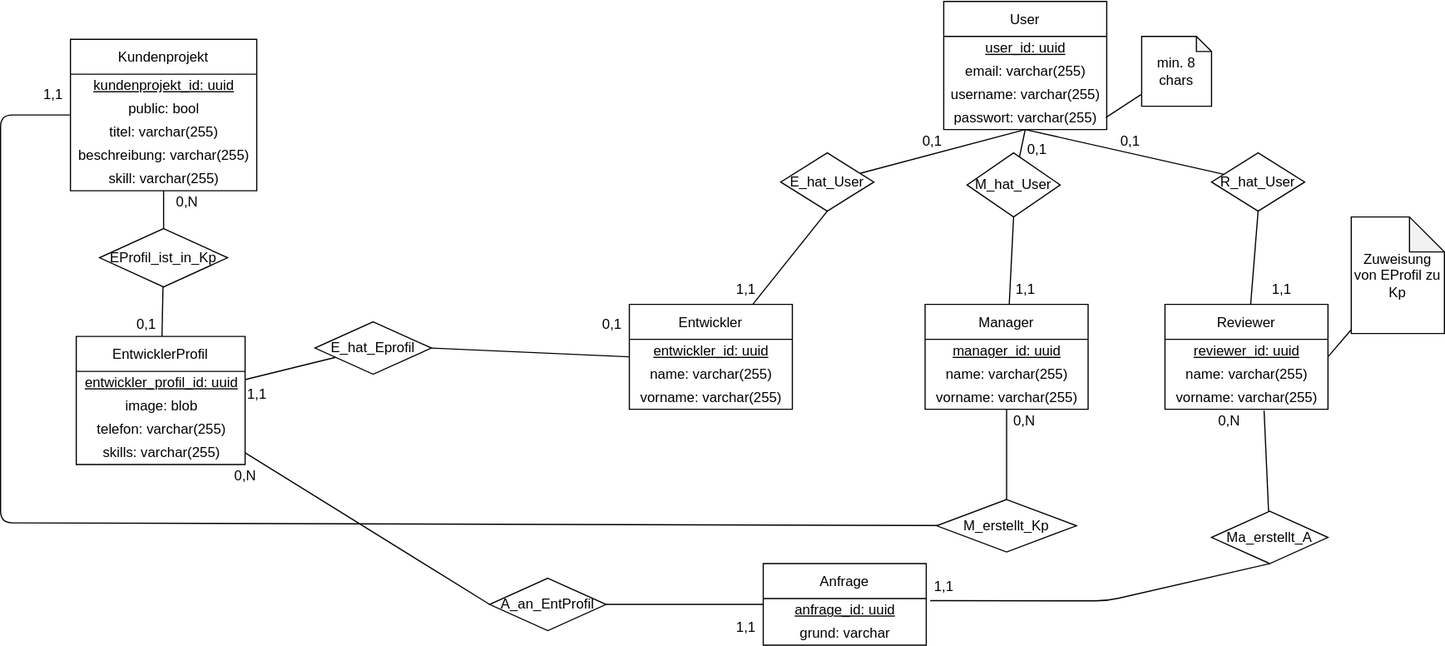
The draw.io diagram docs/diagram/ERDiagramm-Semantisch.svg in TomKeppeler/WRAM, before a commit. Source tidied: cells renumbered, new cells last; positions are measured from the earlier drawing's top-left corner, leaving out a move shared by most shapes.
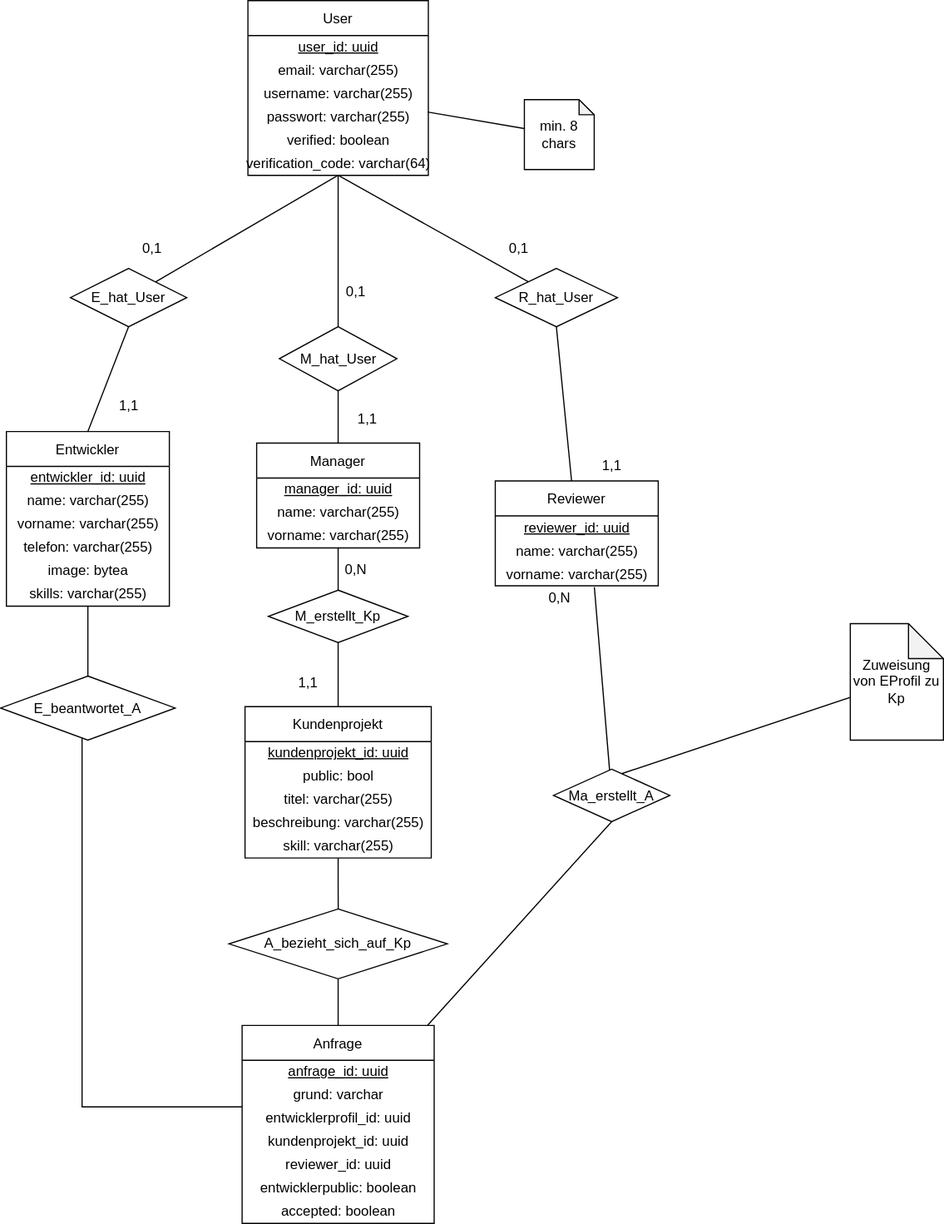
After the change.

Commit message:
update ER-Diagramm semantisch  (svg)

The edit, as a diff of the source:
```diff
@@ -4,4 +4,7 @@
     <mxCell id="1" parent="0" />
+    <mxCell id="77" style="edgeStyle=orthogonalEdgeStyle;rounded=0;jettySize=auto;html=1;endArrow=none;endFill=0;" parent="1" edge="1" source="2" target="89">
+      <mxGeometry relative="1" as="geometry" />
+    </mxCell>
     <mxCell id="2" value="Kundenprojekt" style="swimlane;fontStyle=0;horizontal=1;startSize=30;" parent="1" vertex="1">
-      <mxGeometry x="60" y="33" width="160" height="130" as="geometry" />
+      <mxGeometry x="740" y="554.2" width="160" height="130" as="geometry" />
     </mxCell>
@@ -22,7 +25,10 @@
     </mxCell>
-    <mxCell id="8" style="edgeStyle=none;html=1;entryX=0.5;entryY=1;entryDx=0;entryDy=0;endArrow=none;endFill=0;" parent="1" edge="1" source="9" target="36">
+    <mxCell id="8" style="edgeStyle=none;html=1;entryX=0.5;entryY=1;entryDx=0;entryDy=0;endArrow=none;endFill=0;exitX=0.5;exitY=0;exitDx=0;exitDy=0;" parent="1" edge="1" source="9" target="36">
       <mxGeometry relative="1" as="geometry" />
     </mxCell>
+    <mxCell id="78" style="edgeStyle=orthogonalEdgeStyle;rounded=0;jettySize=auto;html=1;endArrow=none;endFill=0;" parent="1" edge="1" source="9" target="87">
+      <mxGeometry relative="1" as="geometry" />
+    </mxCell>
     <mxCell id="9" value="Entwickler" style="swimlane;fontStyle=0;horizontal=1;startSize=30;" parent="1" vertex="1">
-      <mxGeometry x="540" y="260.5" width="140" height="90" as="geometry" />
+      <mxGeometry x="535" y="318" width="140" height="150" as="geometry" />
     </mxCell>
@@ -37,2 +43,11 @@
     </mxCell>
+    <mxCell id="29" value="telefon: varchar(255)" style="text;html=1;align=center;verticalAlign=middle;strokeColor=none;fillColor=none;" parent="9" vertex="1">
+      <mxGeometry y="90" width="140" height="20" as="geometry" />
+    </mxCell>
+    <mxCell id="28" value="image: bytea" style="text;html=1;align=center;verticalAlign=middle;strokeColor=none;fillColor=none;" parent="9" vertex="1">
+      <mxGeometry y="110" width="140" height="20" as="geometry" />
+    </mxCell>
+    <mxCell id="30" value="skills: varchar(255)" style="text;html=1;align=center;verticalAlign=middle;strokeColor=none;fillColor=none;" parent="9" vertex="1">
+      <mxGeometry y="130" width="140" height="20" as="geometry" />
+    </mxCell>
     <mxCell id="13" style="edgeStyle=none;html=1;entryX=0.5;entryY=1;entryDx=0;entryDy=0;endArrow=none;endFill=0;" parent="1" edge="1" source="15" target="38">
@@ -44,3 +59,3 @@
     <mxCell id="15" value="Manager" style="swimlane;fontStyle=0;horizontal=1;startSize=30;" parent="1" vertex="1">
-      <mxGeometry x="794" y="260.5" width="140" height="90" as="geometry" />
+      <mxGeometry x="750" y="328" width="140" height="90" as="geometry" />
     </mxCell>
@@ -59,3 +74,3 @@
     <mxCell id="20" value="Reviewer" style="swimlane;fontStyle=0;horizontal=1;startSize=30;" parent="1" vertex="1">
-      <mxGeometry x="1000" y="260.5" width="140" height="90" as="geometry" />
+      <mxGeometry x="955" y="360.5" width="140" height="90" as="geometry" />
     </mxCell>
@@ -70,35 +85,2 @@
     </mxCell>
-    <mxCell id="24" style="edgeStyle=none;html=1;endArrow=none;endFill=0;" parent="1" edge="1" source="26" target="32">
-      <mxGeometry relative="1" as="geometry" />
-    </mxCell>
-    <mxCell id="25" style="edgeStyle=none;html=1;endArrow=none;endFill=0;" parent="1" edge="1" source="26" target="42">
-      <mxGeometry relative="1" as="geometry" />
-    </mxCell>
-    <mxCell id="26" value="EntwicklerProfil" style="swimlane;fontStyle=0;horizontal=1;startSize=30;" parent="1" vertex="1">
-      <mxGeometry x="65" y="288" width="145" height="110" as="geometry" />
-    </mxCell>
-    <mxCell id="27" value="&lt;u&gt;entwickler_profil_id: uuid&lt;/u&gt;" style="text;html=1;align=center;verticalAlign=middle;strokeColor=none;fillColor=none;" parent="26" vertex="1">
-      <mxGeometry y="30" width="145" height="20" as="geometry" />
-    </mxCell>
-    <mxCell id="28" value="image: blob" style="text;html=1;align=center;verticalAlign=middle;strokeColor=none;fillColor=none;" parent="26" vertex="1">
-      <mxGeometry y="50" width="145" height="20" as="geometry" />
-    </mxCell>
-    <mxCell id="29" value="telefon: varchar(255)" style="text;html=1;align=center;verticalAlign=middle;strokeColor=none;fillColor=none;" parent="26" vertex="1">
-      <mxGeometry y="70" width="145" height="20" as="geometry" />
-    </mxCell>
-    <mxCell id="30" value="skills: varchar(255)" style="text;html=1;align=center;verticalAlign=middle;strokeColor=none;fillColor=none;" parent="26" vertex="1">
-      <mxGeometry y="90" width="145" height="20" as="geometry" />
-    </mxCell>
-    <mxCell id="31" style="edgeStyle=none;html=1;entryX=0;entryY=0.5;entryDx=0;entryDy=0;endArrow=none;endFill=0;exitX=1;exitY=0.5;exitDx=0;exitDy=0;" parent="1" edge="1" source="32" target="9">
-      <mxGeometry relative="1" as="geometry" />
-    </mxCell>
-    <mxCell id="32" value="E_hat_Eprofil" style="rhombus;whiteSpace=wrap;html=1;fontStyle=0;startSize=30;" parent="1" vertex="1">
-      <mxGeometry x="270" y="275.5" width="100" height="45" as="geometry" />
-    </mxCell>
-    <mxCell id="33" value="0,1" style="text;html=1;align=center;verticalAlign=middle;strokeColor=none;fillColor=none;" parent="1" vertex="1">
-      <mxGeometry x="510" y="268" width="30" height="20" as="geometry" />
-    </mxCell>
-    <mxCell id="34" value="1,1" style="text;html=1;align=center;verticalAlign=middle;strokeColor=none;fillColor=none;" parent="1" vertex="1">
-      <mxGeometry x="205" y="328" width="30" height="20" as="geometry" />
-    </mxCell>
     <mxCell id="35" style="edgeStyle=none;html=1;entryX=0.5;entryY=1;entryDx=0;entryDy=0;endArrow=none;endFill=0;" parent="1" edge="1" source="36" target="45">
@@ -107,3 +89,3 @@
     <mxCell id="36" value="E_hat_User" style="rhombus;whiteSpace=wrap;html=1;" parent="1" vertex="1">
-      <mxGeometry x="670" y="130.5" width="80" height="50" as="geometry" />
+      <mxGeometry x="590" y="178" width="100" height="50" as="geometry" />
     </mxCell>
@@ -113,3 +95,3 @@
     <mxCell id="38" value="M_hat_User" style="rhombus;whiteSpace=wrap;html=1;" parent="1" vertex="1">
-      <mxGeometry x="830" y="130.5" width="80" height="55" as="geometry" />
+      <mxGeometry x="769.5" y="228" width="101" height="55" as="geometry" />
     </mxCell>
@@ -119,49 +101,38 @@
     <mxCell id="40" value="R_hat_User" style="rhombus;whiteSpace=wrap;html=1;" parent="1" vertex="1">
-      <mxGeometry x="1040" y="130.5" width="80" height="50" as="geometry" />
+      <mxGeometry x="955" y="178" width="105" height="50" as="geometry" />
     </mxCell>
-    <mxCell id="41" style="edgeStyle=none;html=1;entryX=0.5;entryY=1;entryDx=0;entryDy=0;endArrow=none;endFill=0;" parent="1" edge="1" source="42" target="2">
-      <mxGeometry relative="1" as="geometry" />
-    </mxCell>
-    <mxCell id="42" value="EProfil_ist_in_Kp" style="rhombus;whiteSpace=wrap;html=1;fontStyle=0;startSize=30;" parent="1" vertex="1">
-      <mxGeometry x="85" y="195.5" width="110" height="50" as="geometry" />
-    </mxCell>
-    <mxCell id="43" value="0,N" style="text;html=1;align=center;verticalAlign=middle;strokeColor=none;fillColor=none;" parent="1" vertex="1">
-      <mxGeometry x="145" y="163" width="30" height="20" as="geometry" />
-    </mxCell>
-    <mxCell id="44" value="0,1" style="text;html=1;align=center;verticalAlign=middle;strokeColor=none;fillColor=none;" parent="1" vertex="1">
-      <mxGeometry x="105" y="263" width="40" height="30" as="geometry" />
-    </mxCell>
     <mxCell id="45" value="User" style="swimlane;fontStyle=0;horizontal=1;startSize=30;" parent="1" vertex="1">
-      <mxGeometry x="810" y="0.5" width="140" height="110" as="geometry" />
+      <mxGeometry x="742.5" y="-52" width="155" height="150" as="geometry" />
     </mxCell>
     <mxCell id="46" value="&lt;u&gt;user_id: uuid&lt;/u&gt;" style="text;html=1;align=center;verticalAlign=middle;strokeColor=none;fillColor=none;" parent="45" vertex="1">
-      <mxGeometry y="30" width="140" height="20" as="geometry" />
+      <mxGeometry y="30" width="155" height="20" as="geometry" />
     </mxCell>
     <mxCell id="47" value="email: varchar(255)" style="text;html=1;align=center;verticalAlign=middle;strokeColor=none;fillColor=none;" parent="45" vertex="1">
-      <mxGeometry y="50" width="140" height="20" as="geometry" />
+      <mxGeometry y="50" width="155" height="20" as="geometry" />
     </mxCell>
     <mxCell id="48" value="username: varchar(255)&lt;span style=&quot;color: rgba(0 , 0 , 0 , 0) ; font-family: monospace ; font-size: 0px&quot;&gt;3CmxGraphModel%3E%3Croot%3E%3CmxCell%20id%3D%220%22%2F%3E%3CmxCell%20id%3D%221%22%20parent%3D%220%22%2F%3E%3CmxCell%20id%3D%222%22%20value%3D%22%26lt%3Bu%26gt%3Buser_id%3A%20uuid%26lt%3B%2Fu%26gt%3B%22%20style%3D%22text%3Bhtml%3D1%3Balign%3Dcenter%3BverticalAlign%3Dmiddle%3Bresizable%3D0%3Bpoints%3D%5B%5D%3Bautosize%3D1%3BstrokeColor%3Dnone%3BfillColor%3Dnone%3B%22%20vertex%3D%221%22%20parent%3D%221%22%3E%3CmxGeometry%20x%3D%22360%22%20y%3D%22130%22%20width%3D%22140%22%20height%3D%2220%22%20as%3D%22geometry%22%2F%3E%3C%2FmxCell%3E%3C%2Froot%3E%3C%2FmxGraphModel%3E&lt;/span&gt;" style="text;html=1;align=center;verticalAlign=middle;strokeColor=none;fillColor=none;" parent="45" vertex="1">
-      <mxGeometry y="70" width="140" height="20" as="geometry" />
+      <mxGeometry y="70" width="155" height="20" as="geometry" />
     </mxCell>
     <mxCell id="49" value="passwort: varchar(255)" style="text;html=1;align=center;verticalAlign=middle;points=[];strokeColor=none;fillColor=none;" parent="45" vertex="1">
-      <mxGeometry y="90" width="140" height="20" as="geometry" />
+      <mxGeometry y="90" width="155" height="20" as="geometry" />
     </mxCell>
+    <mxCell id="79" value="verified: boolean" style="text;html=1;align=center;verticalAlign=middle;strokeColor=none;fillColor=none;" parent="45" vertex="1">
+      <mxGeometry y="110" width="155" height="20" as="geometry" />
+    </mxCell>
+    <mxCell id="80" value="verification_code: varchar(64)" style="text;html=1;align=center;verticalAlign=middle;strokeColor=none;fillColor=none;" parent="45" vertex="1">
+      <mxGeometry y="130" width="155" height="20" as="geometry" />
+    </mxCell>
-    <mxCell id="50" style="edgeStyle=none;html=1;endArrow=none;endFill=0;entryX=0;entryY=0.5;entryDx=0;entryDy=0;" parent="1" edge="1" source="51" target="2">
-      <mxGeometry relative="1" as="geometry">
-        <Array as="points">
-          <mxPoint y="448" />
-          <mxPoint y="98" />
-        </Array>
-      </mxGeometry>
+    <mxCell id="50" style="html=1;endArrow=none;endFill=0;edgeStyle=orthogonalEdgeStyle;" parent="1" edge="1" source="51" target="2">
+      <mxGeometry relative="1" as="geometry" />
     </mxCell>
     <mxCell id="51" value="M_erstellt_Kp" style="rhombus;whiteSpace=wrap;html=1;fontStyle=0;startSize=30;" parent="1" vertex="1">
-      <mxGeometry x="804" y="428" width="120" height="45" as="geometry" />
+      <mxGeometry x="760" y="454.2" width="120" height="45" as="geometry" />
     </mxCell>
     <mxCell id="52" value="0,N" style="text;html=1;align=center;verticalAlign=middle;strokeColor=none;fillColor=none;" parent="1" vertex="1">
-      <mxGeometry x="864" y="350.5" width="30" height="20" as="geometry" />
+      <mxGeometry x="820" y="426.8" width="30" height="20" as="geometry" />
     </mxCell>
     <mxCell id="53" value="1,1" style="text;html=1;align=center;verticalAlign=middle;strokeColor=none;fillColor=none;" parent="1" vertex="1">
-      <mxGeometry x="30" y="70.5" width="30" height="20" as="geometry" />
+      <mxGeometry x="625" y="285.5" width="30" height="20" as="geometry" />
     </mxCell>
-    <mxCell id="54" style="edgeStyle=none;html=1;entryX=1;entryY=0.5;entryDx=0;entryDy=0;endArrow=none;endFill=0;" parent="1" edge="1" source="55" target="20">
+    <mxCell id="54" style="html=1;entryX=0.565;entryY=0.1;entryDx=0;entryDy=0;endArrow=none;endFill=0;entryPerimeter=0;" parent="1" edge="1" source="55" target="63">
       <mxGeometry relative="1" as="geometry" />
@@ -169,5 +140,5 @@
     <mxCell id="55" value="Zuweisung von EProfil zu Kp" style="shape=note;whiteSpace=wrap;html=1;backgroundOutline=1;darkOpacity=0.05;" parent="1" vertex="1">
-      <mxGeometry x="1160" y="185.5" width="80" height="100" as="geometry" />
+      <mxGeometry x="1260" y="483" width="80" height="100" as="geometry" />
     </mxCell>
-    <mxCell id="56" style="edgeStyle=none;html=1;entryX=0.995;entryY=0.48;entryDx=0;entryDy=0;entryPerimeter=0;endArrow=none;endFill=0;" parent="1" edge="1" source="57" target="49">
+    <mxCell id="56" style="edgeStyle=none;html=1;entryX=0.996;entryY=0.283;entryDx=0;entryDy=0;entryPerimeter=0;endArrow=none;endFill=0;" parent="1" edge="1" source="57" target="49">
       <mxGeometry relative="1" as="geometry" />
@@ -175,13 +146,28 @@
     <mxCell id="57" value="min. 8 chars" style="shape=note;whiteSpace=wrap;html=1;backgroundOutline=1;darkOpacity=0.05;size=13;" parent="1" vertex="1">
-      <mxGeometry x="980" y="30.5" width="60" height="60" as="geometry" />
+      <mxGeometry x="980" y="33" width="60" height="60" as="geometry" />
     </mxCell>
     <mxCell id="58" value="Anfrage" style="swimlane;fontStyle=0;horizontal=1;startSize=30;" parent="1" vertex="1">
-      <mxGeometry x="655" y="483" width="140" height="70" as="geometry" />
+      <mxGeometry x="737.5" y="828" width="165" height="170" as="geometry" />
     </mxCell>
     <mxCell id="59" value="&lt;u&gt;anfrage_id: uuid&lt;/u&gt;" style="text;html=1;align=center;verticalAlign=middle;points=[];strokeColor=none;fillColor=none;" parent="58" vertex="1">
-      <mxGeometry y="30" width="140" height="20" as="geometry" />
+      <mxGeometry y="30" width="165" height="20" as="geometry" />
     </mxCell>
     <mxCell id="60" value="grund: varchar" style="text;html=1;align=center;verticalAlign=middle;strokeColor=none;fillColor=none;" parent="58" vertex="1">
-      <mxGeometry y="50" width="140" height="20" as="geometry" />
+      <mxGeometry y="50" width="165" height="20" as="geometry" />
     </mxCell>
+    <mxCell id="81" value="entwicklerprofil_id: uuid" style="text;html=1;align=center;verticalAlign=middle;strokeColor=none;fillColor=none;" parent="58" vertex="1">
+      <mxGeometry y="70" width="165" height="20" as="geometry" />
+    </mxCell>
+    <mxCell id="82" value="kundenprojekt_id: uuid" style="text;html=1;align=center;verticalAlign=middle;strokeColor=none;fillColor=none;" parent="58" vertex="1">
+      <mxGeometry y="90" width="165" height="20" as="geometry" />
+    </mxCell>
+    <mxCell id="83" value="reviewer_id: uuid" style="text;html=1;align=center;verticalAlign=middle;strokeColor=none;fillColor=none;" parent="58" vertex="1">
+      <mxGeometry y="110" width="165" height="20" as="geometry" />
+    </mxCell>
+    <mxCell id="84" value="entwicklerpublic: boolean" style="text;html=1;align=center;verticalAlign=middle;strokeColor=none;fillColor=none;" parent="58" vertex="1">
+      <mxGeometry y="130" width="165" height="20" as="geometry" />
+    </mxCell>
+    <mxCell id="85" value="accepted: boolean" style="text;html=1;align=center;verticalAlign=middle;strokeColor=none;fillColor=none;" parent="58" vertex="1">
+      <mxGeometry y="150" width="165" height="20" as="geometry" />
+    </mxCell>
     <mxCell id="61" style="edgeStyle=none;html=1;entryX=0.608;entryY=1.058;entryDx=0;entryDy=0;endArrow=none;endFill=0;entryPerimeter=0;" parent="1" edge="1" source="63" target="23">
@@ -189,51 +175,45 @@
     </mxCell>
-    <mxCell id="62" style="edgeStyle=none;html=1;entryX=1.024;entryY=0.088;entryDx=0;entryDy=0;endArrow=none;endFill=0;entryPerimeter=0;exitX=0.5;exitY=1;exitDx=0;exitDy=0;" parent="1" edge="1" source="63" target="59">
-      <mxGeometry relative="1" as="geometry">
-        <Array as="points">
-          <mxPoint x="950" y="515" />
-        </Array>
-      </mxGeometry>
+    <mxCell id="62" style="edgeStyle=none;html=1;endArrow=none;endFill=0;exitX=0.5;exitY=1;exitDx=0;exitDy=0;" parent="1" edge="1" source="63" target="58">
+      <mxGeometry relative="1" as="geometry" />
     </mxCell>
     <mxCell id="63" value="Ma_erstellt_A" style="rhombus;whiteSpace=wrap;html=1;fontStyle=0;startSize=30;" parent="1" vertex="1">
-      <mxGeometry x="1040" y="438" width="100" height="45" as="geometry" />
+      <mxGeometry x="1005" y="608" width="100" height="45" as="geometry" />
     </mxCell>
     <mxCell id="64" value="0,N" style="text;html=1;align=center;verticalAlign=middle;strokeColor=none;fillColor=none;" parent="1" vertex="1">
-      <mxGeometry x="1040" y="350.5" width="30" height="20" as="geometry" />
+      <mxGeometry x="995" y="450.5" width="30" height="20" as="geometry" />
     </mxCell>
-    <mxCell id="65" style="edgeStyle=none;html=1;entryX=0;entryY=0.5;entryDx=0;entryDy=0;endArrow=none;endFill=0;" parent="1" edge="1" source="67" target="58">
-      <mxGeometry relative="1" as="geometry" />
-    </mxCell>
-    <mxCell id="66" style="edgeStyle=none;html=1;endArrow=none;endFill=0;exitX=0;exitY=0.5;exitDx=0;exitDy=0;" parent="1" edge="1" source="67" target="26">
-      <mxGeometry relative="1" as="geometry" />
-    </mxCell>
-    <mxCell id="67" value="A_an_EntProfil" style="rhombus;whiteSpace=wrap;html=1;fontStyle=0;startSize=30;" parent="1" vertex="1">
-      <mxGeometry x="420" y="495.5" width="100" height="45" as="geometry" />
-    </mxCell>
-    <mxCell id="68" value="0,N" style="text;html=1;align=center;verticalAlign=middle;strokeColor=none;fillColor=none;" parent="1" vertex="1">
-      <mxGeometry x="195" y="398" width="30" height="20" as="geometry" />
-    </mxCell>
-    <mxCell id="69" value="1,1" style="text;html=1;align=center;verticalAlign=middle;strokeColor=none;fillColor=none;" parent="1" vertex="1">
-      <mxGeometry x="625" y="528" width="30" height="20" as="geometry" />
-    </mxCell>
     <mxCell id="70" value="1,1" style="text;html=1;align=center;verticalAlign=middle;strokeColor=none;fillColor=none;" parent="1" vertex="1">
-      <mxGeometry x="795" y="493" width="30" height="20" as="geometry" />
+      <mxGeometry x="779" y="524.2" width="30" height="20" as="geometry" />
     </mxCell>
     <mxCell id="71" value="0,1" style="text;html=1;align=center;verticalAlign=middle;strokeColor=none;fillColor=none;" parent="1" vertex="1">
-      <mxGeometry x="875" y="118" width="30" height="20" as="geometry" />
+      <mxGeometry x="820" y="188" width="30" height="20" as="geometry" />
     </mxCell>
     <mxCell id="72" value="1,1" style="text;html=1;align=center;verticalAlign=middle;strokeColor=none;fillColor=none;" parent="1" vertex="1">
-      <mxGeometry x="865" y="238" width="30" height="20" as="geometry" />
+      <mxGeometry x="830" y="298" width="30" height="20" as="geometry" />
     </mxCell>
     <mxCell id="73" value="1,1" style="text;html=1;align=center;verticalAlign=middle;strokeColor=none;fillColor=none;" parent="1" vertex="1">
-      <mxGeometry x="1085" y="238" width="30" height="20" as="geometry" />
+      <mxGeometry x="1040" y="338" width="30" height="20" as="geometry" />
     </mxCell>
-    <mxCell id="74" value="1,1" style="text;html=1;align=center;verticalAlign=middle;strokeColor=none;fillColor=none;" parent="1" vertex="1">
-      <mxGeometry x="625" y="238" width="30" height="20" as="geometry" />
-    </mxCell>
     <mxCell id="75" value="&lt;div&gt;0,1&lt;/div&gt;" style="text;html=1;align=center;verticalAlign=middle;strokeColor=none;fillColor=none;" parent="1" vertex="1">
-      <mxGeometry x="780" y="105.5" width="40" height="30" as="geometry" />
+      <mxGeometry x="640" y="145.5" width="40" height="30" as="geometry" />
     </mxCell>
     <mxCell id="76" value="&lt;div&gt;0,1&lt;/div&gt;" style="text;html=1;align=center;verticalAlign=middle;strokeColor=none;fillColor=none;" parent="1" vertex="1">
-      <mxGeometry x="950" y="105.5" width="40" height="30" as="geometry" />
+      <mxGeometry x="955" y="145.5" width="40" height="30" as="geometry" />
     </mxCell>
+    <mxCell id="86" style="edgeStyle=orthogonalEdgeStyle;rounded=0;jettySize=auto;html=1;endArrow=none;endFill=0;" parent="1" edge="1" source="87" target="58">
+      <mxGeometry relative="1" as="geometry">
+        <Array as="points">
+          <mxPoint x="600" y="898" />
+        </Array>
+      </mxGeometry>
+    </mxCell>
+    <mxCell id="87" value="E_beantwortet_A" style="rhombus;whiteSpace=wrap;html=1;fontStyle=0;startSize=30;" parent="1" vertex="1">
+      <mxGeometry x="530" y="528" width="150" height="55" as="geometry" />
+    </mxCell>
+    <mxCell id="88" style="rounded=0;jettySize=auto;html=1;endArrow=none;endFill=0;" parent="1" edge="1" source="89" target="58">
+      <mxGeometry relative="1" as="geometry" />
+    </mxCell>
+    <mxCell id="89" value="A_bezieht_sich_auf_Kp" style="rhombus;whiteSpace=wrap;html=1;fontStyle=0;startSize=30;" parent="1" vertex="1">
+      <mxGeometry x="726.2" y="728" width="187.5" height="60" as="geometry" />
+    </mxCell>
   </root>
```
